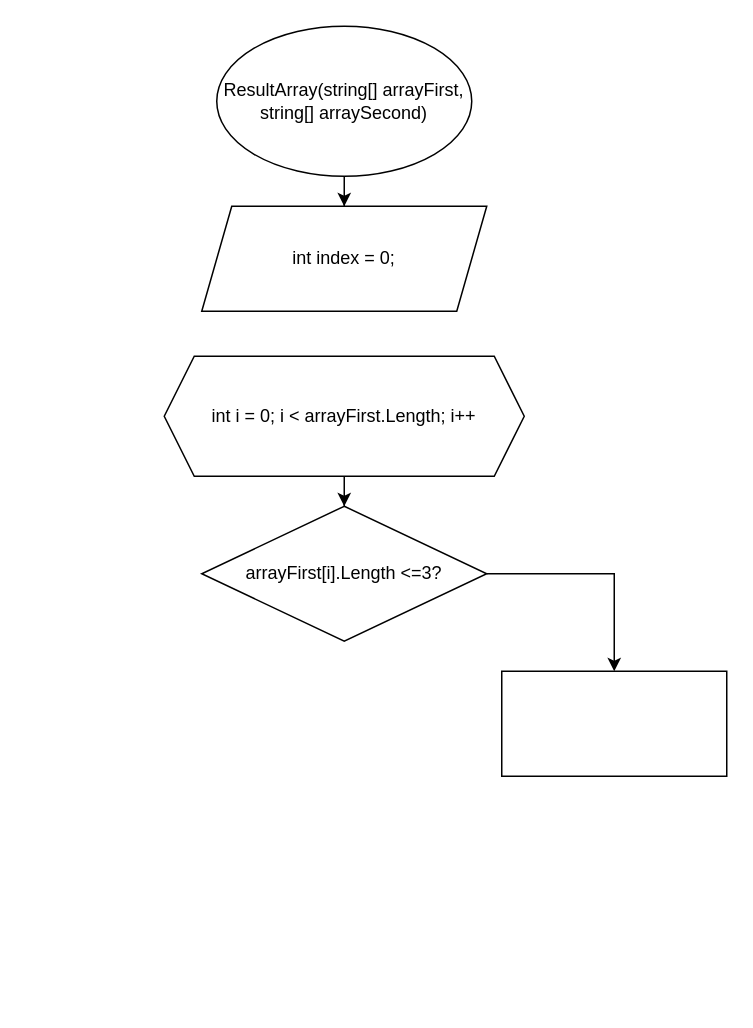
This is Блок-схема решения задачи.drawio from TrofimTakoiOdin/ModuleOutcomes, a draw.io file, before an edit. Source tidied: cells renumbered, new cells numbered last; positions are measured from the earlier drawing's top-left corner, leaving out a move shared by most shapes. Both pictures are drawn from the tidied source at 150%, with x=0, y=0 at pixel (164, 26).
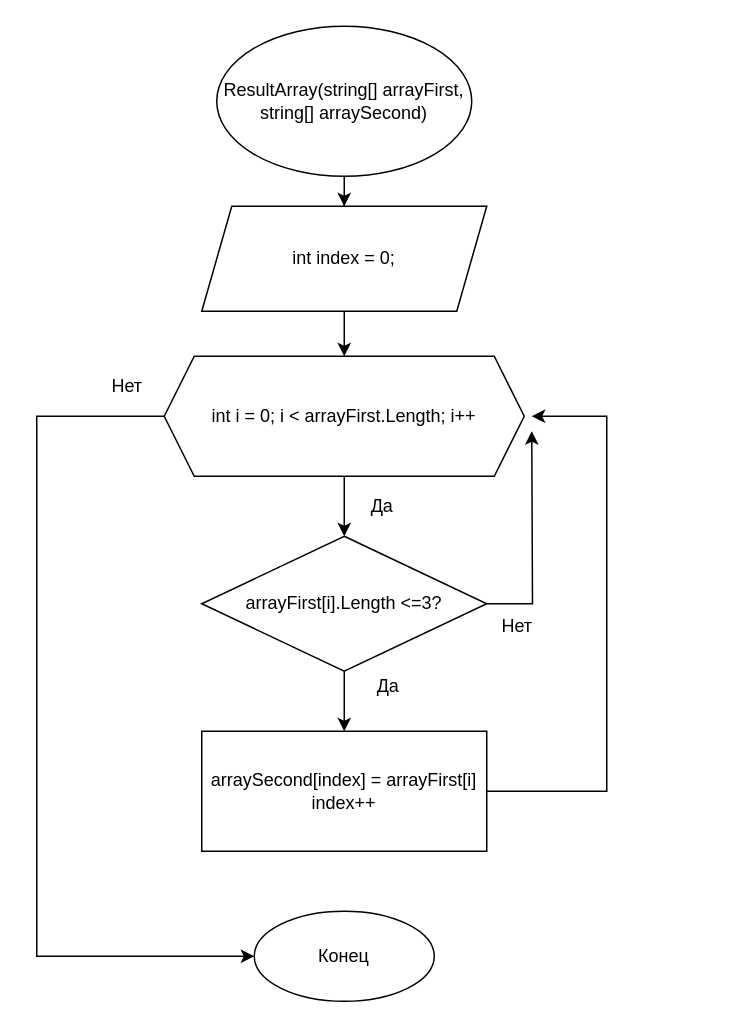
After the change.

The change refers to these unchanged cells:
```xml
<mxCell id="4" value="int index = 0;" style="shape=parallelogram;perimeter=parallelogramPerimeter;whiteSpace=wrap;html=1;fixedSize=1;" parent="1" vertex="1">
  <mxGeometry x="25" y="120" width="190" height="70" as="geometry" />
</mxCell>
<mxCell id="6" value="int i = 0; i &amp;lt; arrayFirst.Length; i++" style="shape=hexagon;perimeter=hexagonPerimeter2;whiteSpace=wrap;html=1;fixedSize=1;" parent="1" vertex="1">
  <mxGeometry y="220" width="240" height="80" as="geometry" />
</mxCell>
```

The edit, as a diff of the source:
```diff
@@
+    <mxCell id="10" style="edgeStyle=orthogonalEdgeStyle;rounded=0;jettySize=auto;html=1;" parent="1" edge="1" source="4" target="6">
+      <mxGeometry relative="1" as="geometry" />
+    </mxCell>
@@
+    <mxCell id="11" style="edgeStyle=orthogonalEdgeStyle;rounded=0;jettySize=auto;html=1;" parent="1" edge="1" source="6" target="14">
+      <mxGeometry relative="1" as="geometry">
+        <Array as="points">
+          <mxPoint x="-85" y="260" />
+          <mxPoint x="-85" y="620" />
+        </Array>
+      </mxGeometry>
+    </mxCell>
@@
+    <mxCell id="12" style="edgeStyle=orthogonalEdgeStyle;rounded=0;jettySize=auto;html=1;" parent="1" edge="1" source="8">
+      <mxGeometry relative="1" as="geometry">
+        <mxPoint x="245" y="270" as="targetPoint" />
+      </mxGeometry>
+    </mxCell>
     <mxCell id="8" value="arrayFirst[i].Length &amp;lt;=3?" style="rhombus;whiteSpace=wrap;html=1;" parent="1" vertex="1">
-      <mxGeometry x="25" y="320" width="190" height="90" as="geometry" />
+      <mxGeometry x="25" y="340" width="190" height="90" as="geometry" />
     </mxCell>
+    <mxCell id="13" style="edgeStyle=orthogonalEdgeStyle;rounded=0;jettySize=auto;html=1;exitX=1;exitY=0.5;exitDx=0;exitDy=0;" parent="1" edge="1" source="9">
+      <mxGeometry relative="1" as="geometry">
+        <mxPoint x="245" y="260" as="targetPoint" />
+        <Array as="points">
+          <mxPoint x="295" y="510" />
+          <mxPoint x="295" y="260" />
+        </Array>
+      </mxGeometry>
+    </mxCell>
-    <mxCell id="9" style="whiteSpace=wrap;html=1;" parent="1" vertex="1">
-      <mxGeometry x="225" y="430" width="150" height="70" as="geometry" />
+    <mxCell id="9" value="arraySecond[index] = arrayFirst[i]&lt;br&gt;index++" style="whiteSpace=wrap;html=1;" parent="1" vertex="1">
+      <mxGeometry x="25" y="470" width="190" height="80" as="geometry" />
     </mxCell>
+    <mxCell id="14" value="Конец" style="ellipse;whiteSpace=wrap;html=1;" parent="1" vertex="1">
+      <mxGeometry x="60" y="590" width="120" height="60" as="geometry" />
+    </mxCell>
+    <mxCell id="15" value="Да" style="text;html=1;align=center;verticalAlign=middle;strokeColor=none;fillColor=none;" parent="1" vertex="1">
+      <mxGeometry x="125" y="305" width="40" height="30" as="geometry" />
+    </mxCell>
+    <mxCell id="16" value="Да" style="text;html=1;align=center;verticalAlign=middle;strokeColor=none;fillColor=none;" parent="1" vertex="1">
+      <mxGeometry x="129" y="425" width="40" height="30" as="geometry" />
+    </mxCell>
+    <mxCell id="17" value="Нет" style="text;html=1;align=center;verticalAlign=middle;strokeColor=none;fillColor=none;" parent="1" vertex="1">
+      <mxGeometry x="215" y="385" width="40" height="30" as="geometry" />
+    </mxCell>
+    <mxCell id="18" value="Нет" style="text;html=1;align=center;verticalAlign=middle;strokeColor=none;fillColor=none;" parent="1" vertex="1">
+      <mxGeometry x="-45" y="225" width="40" height="30" as="geometry" />
+    </mxCell>
```
